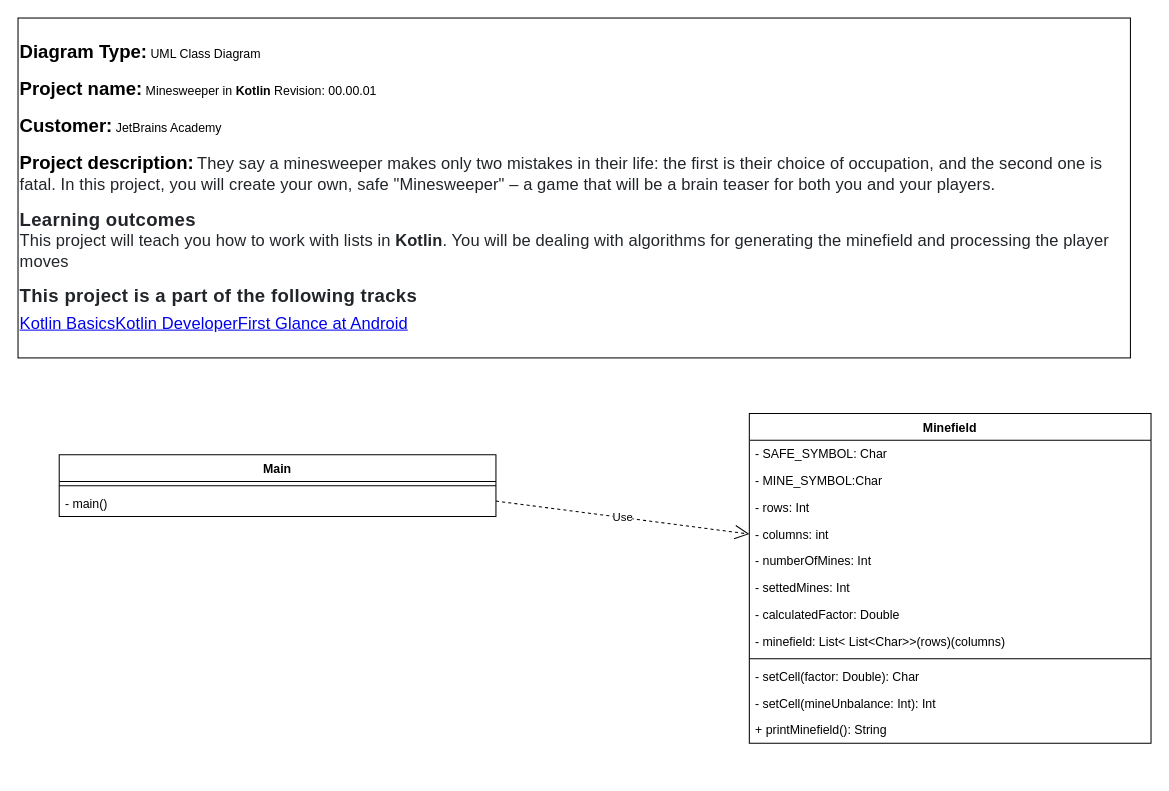
Above: minesweeper/UML/MinesweeperClassDiagram.drawio in AlbertoVictorRebello/academy.jetbrains.kotlinBasics (draw.io), before the change. Source tidied: cells renumbered, new cells numbered last; positions are measured from the earlier drawing's top-left corner, leaving out a move shared by most shapes. Both pictures are drawn from the tidied source at 103%, with x=0, y=0 at pixel (18, 18).
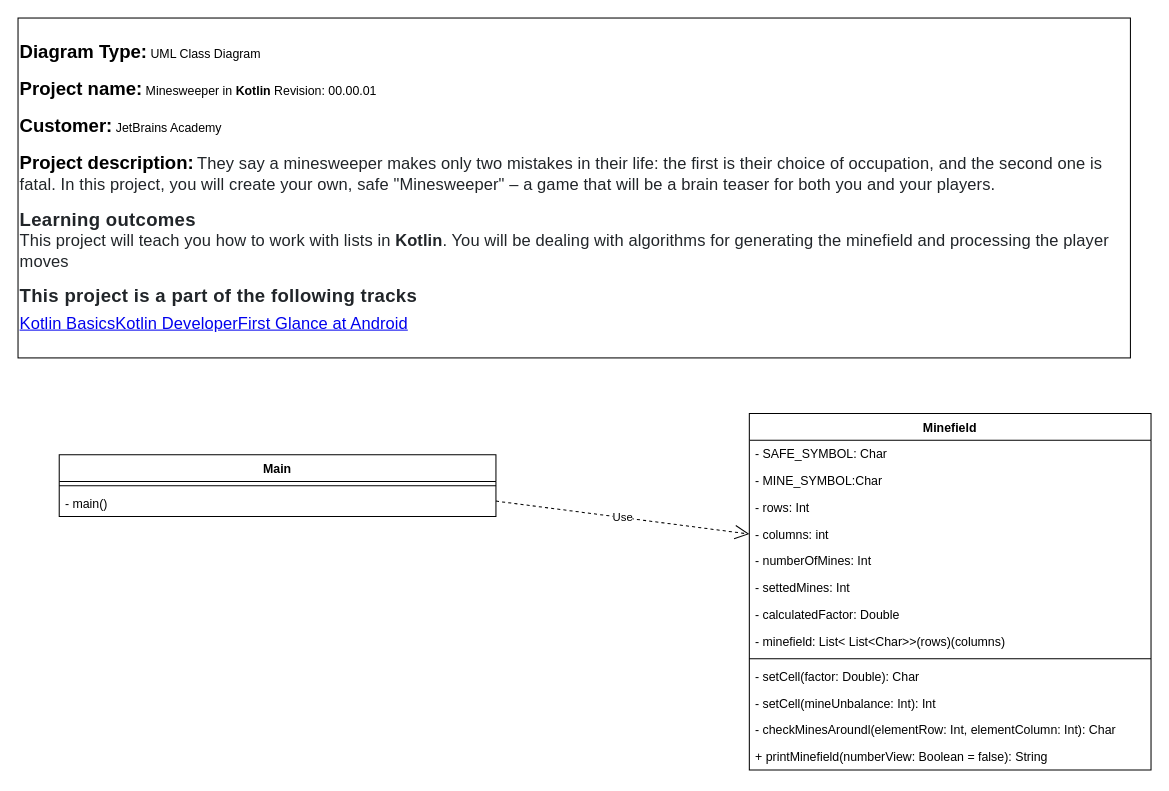
The same diagram, later.

Diff of the diagram source:
```diff
@@
     <mxCell id="7" value="Minefield" style="swimlane;fontStyle=1;align=center;verticalAlign=top;horizontal=1;startSize=26;" parent="1" vertex="1">
-      <mxGeometry x="710" y="384" width="390" height="320" as="geometry" />
+      <mxGeometry x="710" y="384" width="390" height="346" as="geometry" />
     </mxCell>
@@
+    <mxCell id="20" value="- checkMinesAroundl(elementRow: Int, elementColumn: Int): Char" style="text;strokeColor=none;fillColor=none;align=left;verticalAlign=top;spacingLeft=4;spacingRight=4;overflow=hidden;" parent="7" vertex="1">
+      <mxGeometry y="294" width="390" height="26" as="geometry" />
+    </mxCell>
-    <mxCell id="19" value="+ printMinefield(): String" style="text;strokeColor=none;fillColor=none;align=left;verticalAlign=top;spacingLeft=4;spacingRight=4;overflow=hidden;" parent="7" vertex="1">
-      <mxGeometry y="294" width="390" height="26" as="geometry" />
+    <mxCell id="19" value="+ printMinefield(numberView: Boolean = false): String" style="text;strokeColor=none;fillColor=none;align=left;verticalAlign=top;spacingLeft=4;spacingRight=4;overflow=hidden;" parent="7" vertex="1">
+      <mxGeometry y="320" width="390" height="26" as="geometry" />
     </mxCell>
```
